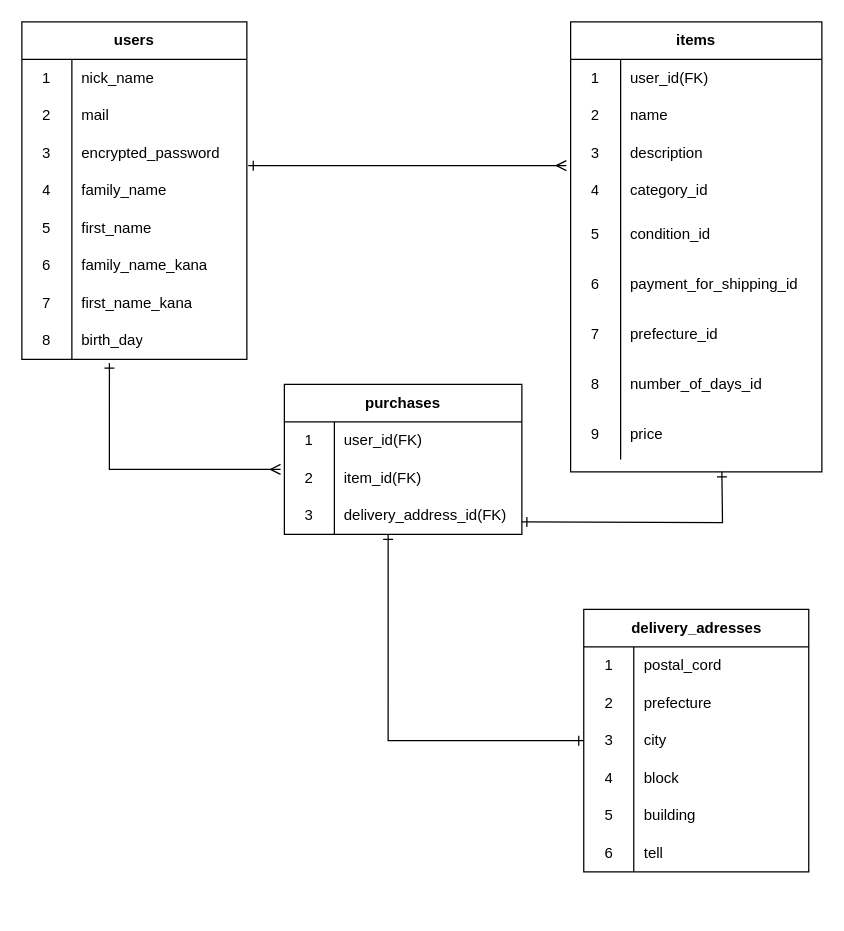
kobanagc/furima-29635 keeps this draw.io diagram as ER.dio. Above is the earlier version. Source tidied: cells renumbered, new cells numbered last; positions are measured from the earlier drawing's top-left corner, leaving out a move shared by most shapes. Both pictures are drawn from the tidied source at 125%, with x=0, y=0 at pixel (21, 21).
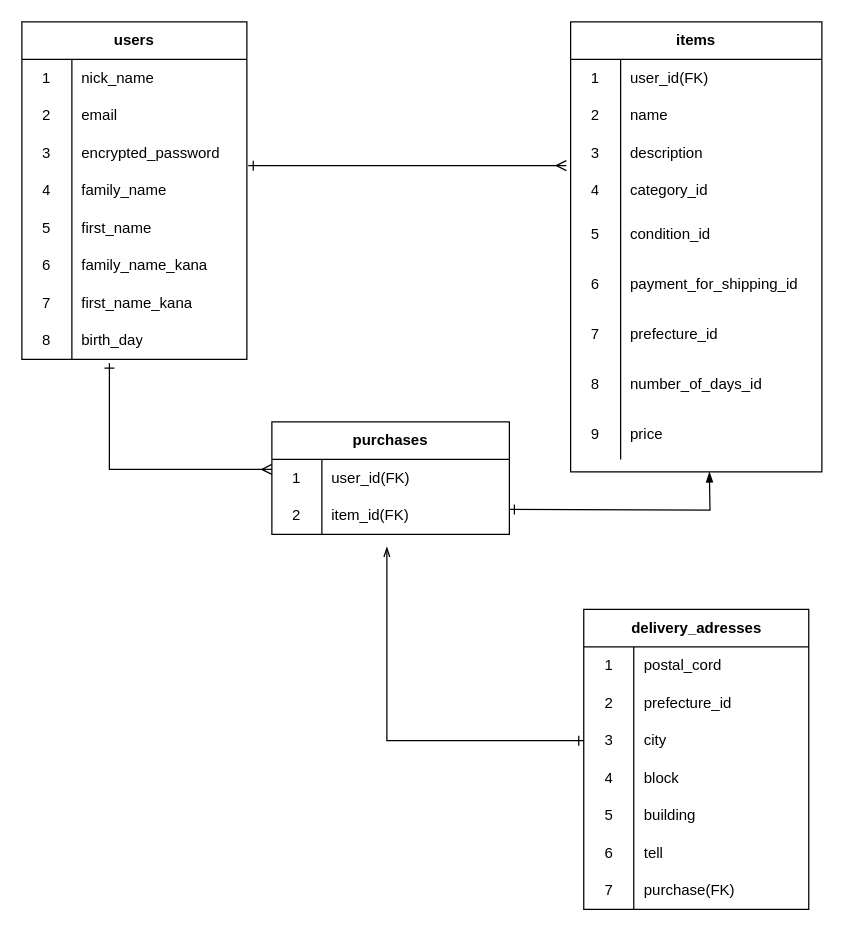
After the change.

Commit message (it also covers changes not shown here):
テーブル設計の修正2

The change refers to these unchanged cells:
```xml
<mxCell id="6" style="shape=partialRectangle;html=1;whiteSpace=wrap;fillColor=none;top=0;left=0;bottom=0;right=0;" parent="2" vertex="1">
  <mxGeometry y="60" width="180" height="30" as="geometry" />
</mxCell>
<mxCell id="24" style="shape=partialRectangle;html=1;whiteSpace=wrap;fillColor=none;top=0;left=0;bottom=0;right=0;points=[[0,0.5],[1,0.5]];portConstraint=eastwest;" parent="2" vertex="1">
  <mxGeometry y="240" width="180" height="30" as="geometry" />
</mxCell>
<mxCell id="31" style="shape=partialRectangle;html=1;whiteSpace=wrap;fillColor=none;top=0;left=0;bottom=0;right=0;points=[[0,0.5],[1,0.5]];portConstraint=eastwest;" parent="27" vertex="1">
  <mxGeometry y="60" width="190" height="30" as="geometry" />
</mxCell>
<mxCell id="72" style="shape=partialRectangle;html=1;whiteSpace=wrap;fillColor=none;top=0;left=0;bottom=0;right=0;" parent="68" vertex="1">
  <mxGeometry y="60" width="180" height="30" as="geometry" />
</mxCell>
<mxCell id="75" style="shape=partialRectangle;html=1;whiteSpace=wrap;fillColor=none;top=0;left=0;bottom=0;right=0;points=[[0,0.5],[1,0.5]];portConstraint=eastwest;" parent="68" vertex="1">
  <mxGeometry y="90" width="180" height="30" as="geometry" />
</mxCell>
```

What changed in the source:
```diff
@@
-    <mxCell id="8" value="mail" style="shape=partialRectangle;html=1;whiteSpace=wrap;fillColor=none;top=0;left=0;bottom=0;right=0;align=left;spacingLeft=6;overflow=hidden;" parent="6" vertex="1">
+    <mxCell id="8" value="email" style="shape=partialRectangle;html=1;whiteSpace=wrap;fillColor=none;top=0;left=0;bottom=0;right=0;align=left;spacingLeft=6;overflow=hidden;" parent="6" vertex="1">
       <mxGeometry x="40" width="140" height="30" as="geometry" />
     </mxCell>
@@
     <mxCell id="27" value="purchases" style="shape=table;html=1;whiteSpace=wrap;startSize=30;childLayout=tableLayout;rowLines=0;fontStyle=1;align=center;" parent="1" vertex="1">
-      <mxGeometry x="210" y="290" width="190" height="120" as="geometry" />
+      <mxGeometry x="200" y="320" width="190" height="90" as="geometry" />
     </mxCell>
@@
-    <mxCell id="34" style="shape=partialRectangle;html=1;whiteSpace=wrap;fillColor=none;top=0;left=0;bottom=0;right=0;points=[[0,0.5],[1,0.5]];portConstraint=eastwest;" parent="27" vertex="1">
-      <mxGeometry y="90" width="190" height="30" as="geometry" />
-    </mxCell>
-    <mxCell id="35" value="3" style="shape=partialRectangle;html=1;whiteSpace=wrap;fillColor=none;top=0;left=0;bottom=0;right=0;overflow=hidden;" parent="34" vertex="1">
-      <mxGeometry width="40" height="30" as="geometry" />
-    </mxCell>
-    <mxCell id="36" value="delivery_address_id(FK)" style="shape=partialRectangle;html=1;whiteSpace=wrap;fillColor=none;top=0;left=0;bottom=0;right=0;align=left;spacingLeft=6;overflow=hidden;" parent="34" vertex="1">
-      <mxGeometry x="40" width="150" height="30" as="geometry" />
-    </mxCell>
@@
-    <mxCell id="65" style="edgeStyle=orthogonalEdgeStyle;rounded=0;orthogonalLoop=1;jettySize=auto;html=1;exitX=1;exitY=0.5;exitDx=0;exitDy=0;endArrow=ERone;endFill=0;startArrow=ERone;startFill=0;" parent="1" edge="1">
+    <mxCell id="65" style="edgeStyle=orthogonalEdgeStyle;rounded=0;orthogonalLoop=1;jettySize=auto;html=1;exitX=1;exitY=0.5;exitDx=0;exitDy=0;endArrow=blockThin;endFill=1;startArrow=ERone;startFill=0;" parent="1" edge="1">
       <mxGeometry relative="1" as="geometry">
-        <mxPoint x="400" y="400" as="sourcePoint" />
-        <mxPoint x="560" y="360" as="targetPoint" />
+        <mxPoint x="390" y="390" as="sourcePoint" />
+        <mxPoint x="550" y="360" as="targetPoint" />
       </mxGeometry>
     </mxCell>
@@
-    <mxCell id="67" style="edgeStyle=orthogonalEdgeStyle;rounded=0;jettySize=auto;html=1;startArrow=ERone;startFill=0;endArrow=ERmany;endFill=0;exitX=0.389;exitY=1.1;exitDx=0;exitDy=0;exitPerimeter=0;entryX=-0.016;entryY=0.267;entryDx=0;entryDy=0;entryPerimeter=0;" parent="1" edge="1" source="24" target="31">
+    <mxCell id="67" style="edgeStyle=orthogonalEdgeStyle;rounded=0;jettySize=auto;html=1;startArrow=ERone;startFill=0;endArrow=ERmany;endFill=0;exitX=0.389;exitY=1.1;exitDx=0;exitDy=0;exitPerimeter=0;" parent="1" edge="1" source="24">
       <mxGeometry relative="1" as="geometry">
+        <mxPoint x="200" y="358" as="targetPoint" />
         <Array as="points">
           <mxPoint x="70" y="358" />
         </Array>
       </mxGeometry>
     </mxCell>
     <mxCell id="68" value="delivery_adresses" style="shape=table;html=1;whiteSpace=wrap;startSize=30;childLayout=tableLayout;rowLines=0;fontStyle=1;align=center;" parent="1" vertex="1">
-      <mxGeometry x="449.5" y="470" width="180" height="210" as="geometry" />
+      <mxGeometry x="449.5" y="470" width="180" height="240" as="geometry" />
     </mxCell>
@@
-    <mxCell id="74" value="prefecture" style="shape=partialRectangle;html=1;whiteSpace=wrap;fillColor=none;top=0;left=0;bottom=0;right=0;align=left;spacingLeft=6;overflow=hidden;" parent="72" vertex="1">
+    <mxCell id="74" value="prefecture_id" style="shape=partialRectangle;html=1;whiteSpace=wrap;fillColor=none;top=0;left=0;bottom=0;right=0;align=left;spacingLeft=6;overflow=hidden;" parent="72" vertex="1">
       <mxGeometry x="40" width="140" height="30" as="geometry" />
     </mxCell>
@@
+    <mxCell id="88" style="shape=partialRectangle;html=1;whiteSpace=wrap;fillColor=none;top=0;left=0;bottom=0;right=0;" parent="68" vertex="1">
+      <mxGeometry y="210" width="180" height="30" as="geometry" />
+    </mxCell>
+    <mxCell id="89" value="7" style="shape=partialRectangle;html=1;whiteSpace=wrap;fillColor=none;top=0;left=0;bottom=0;right=0;overflow=hidden;" parent="88" vertex="1">
+      <mxGeometry width="40" height="30" as="geometry" />
+    </mxCell>
+    <mxCell id="90" value="purchase(FK)" style="shape=partialRectangle;html=1;whiteSpace=wrap;fillColor=none;top=0;left=0;bottom=0;right=0;align=left;spacingLeft=6;overflow=hidden;" parent="88" vertex="1">
+      <mxGeometry x="40" width="140" height="30" as="geometry" />
+    </mxCell>
-    <mxCell id="87" style="edgeStyle=orthogonalEdgeStyle;rounded=0;jettySize=auto;html=1;exitX=0;exitY=0.5;exitDx=0;exitDy=0;endArrow=ERone;endFill=0;startArrow=ERone;startFill=0;entryX=0.437;entryY=1;entryDx=0;entryDy=0;entryPerimeter=0;" parent="1" edge="1" source="75" target="34">
-      <mxGeometry relative="1" as="geometry" />
+    <mxCell id="87" style="edgeStyle=orthogonalEdgeStyle;rounded=0;jettySize=auto;html=1;endArrow=ERone;endFill=0;startArrow=openThin;startFill=0;entryX=0;entryY=0.5;entryDx=0;entryDy=0;" parent="1" edge="1" target="75">
+      <mxGeometry relative="1" as="geometry">
+        <mxPoint x="292" y="420" as="sourcePoint" />
+        <Array as="points">
+          <mxPoint x="292" y="575" />
+        </Array>
+      </mxGeometry>
     </mxCell>
```
